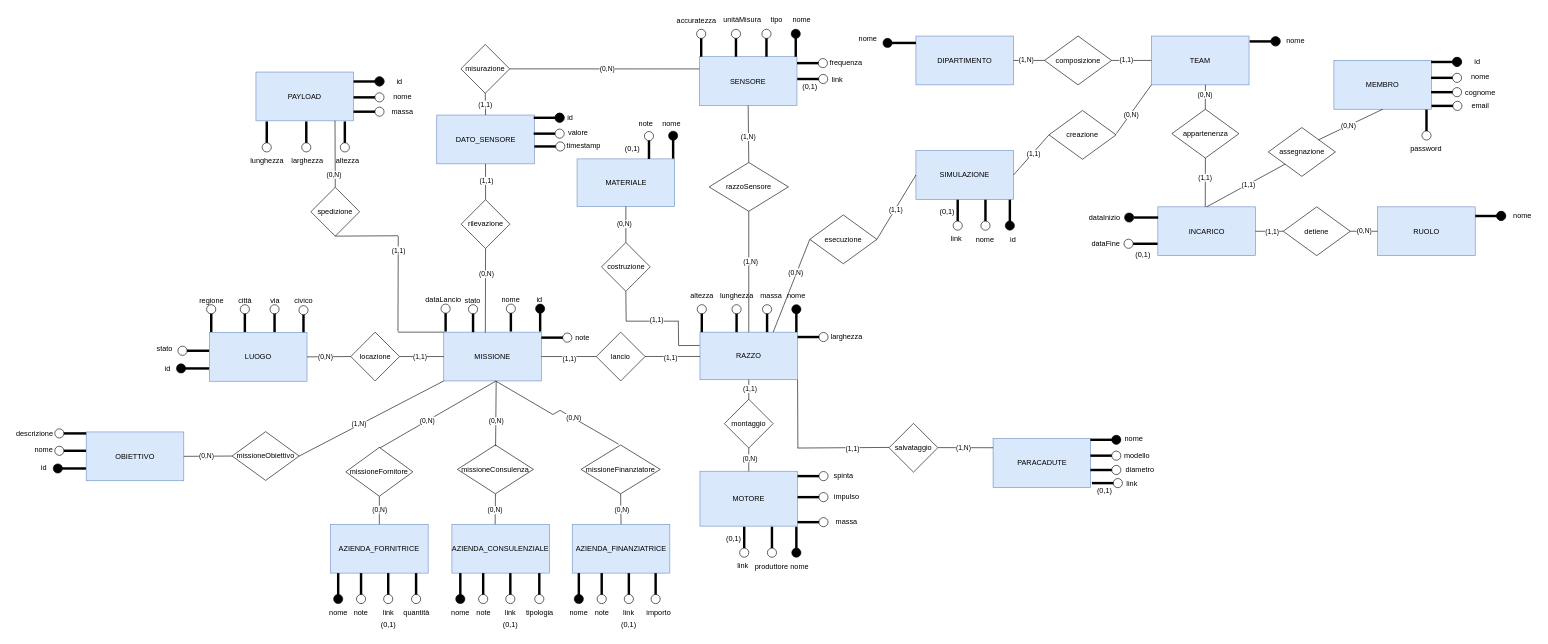
The draw.io diagram page "modello er" (1 of 10) of docs/ART-model.drawio in PulgaLuca/Database-Unibo, before the edit. Source tidied: cells renumbered, new cells numbered last; positions are measured from the earlier drawing's top-left corner, leaving out a move shared by most shapes. Both pictures are drawn from the tidied source at 61%, with x=0, y=0 at pixel (10, 10).
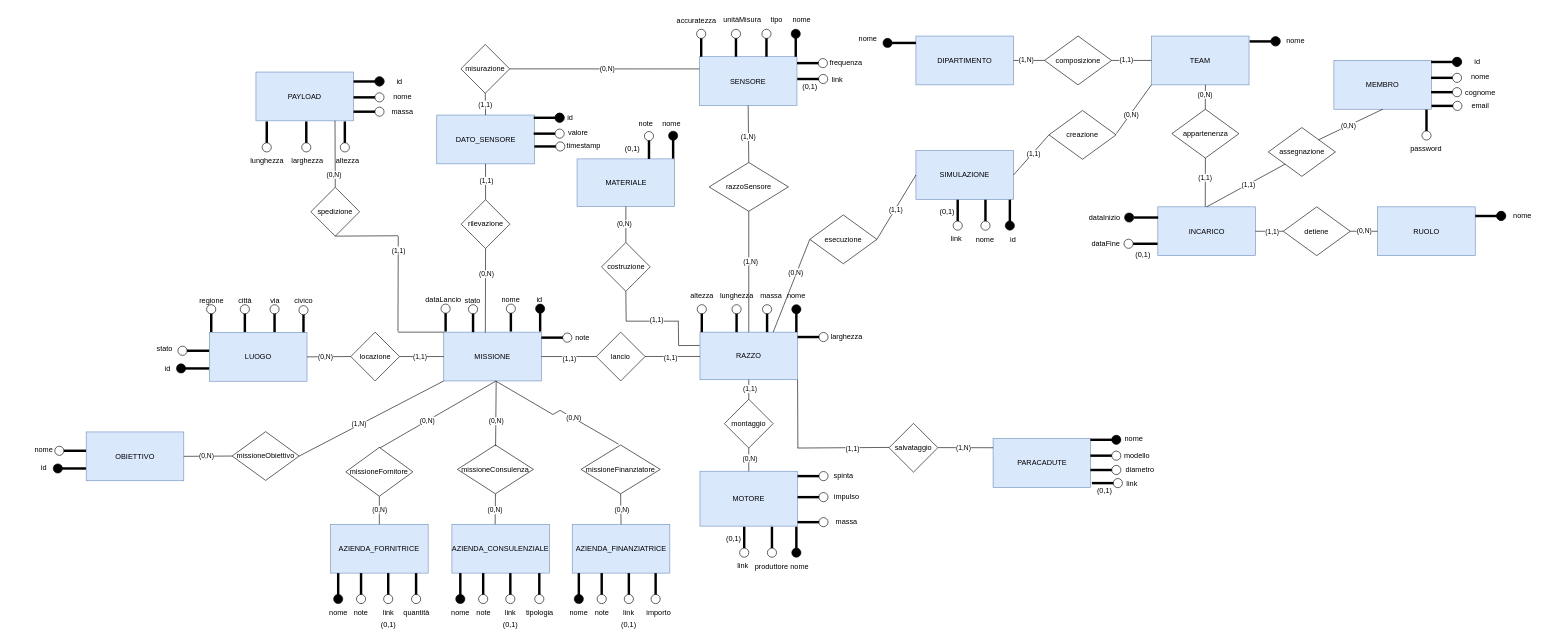
The same diagram, later.

What changed in the source:
```diff
@@
-    <mxCell id="338" style="line;strokeWidth=4;html=1;perimeter=backbonePerimeter;" parent="1" vertex="1">
-      <mxGeometry x="85.8" y="688" width="39" height="10" as="geometry" />
-    </mxCell>
-    <mxCell id="339" style="ellipse;whiteSpace=wrap;html=1;" parent="1" vertex="1">
-      <mxGeometry x="73.3" y="685.5" width="15" height="15" as="geometry" />
-    </mxCell>
-    <mxCell id="340" value="descrizione" style="text;html=1;align=center;verticalAlign=middle;strokeColor=none;fillColor=none;" parent="1" vertex="1">
-      <mxGeometry x="0.3" y="678.5" width="80" height="30" as="geometry" />
-    </mxCell>
```
